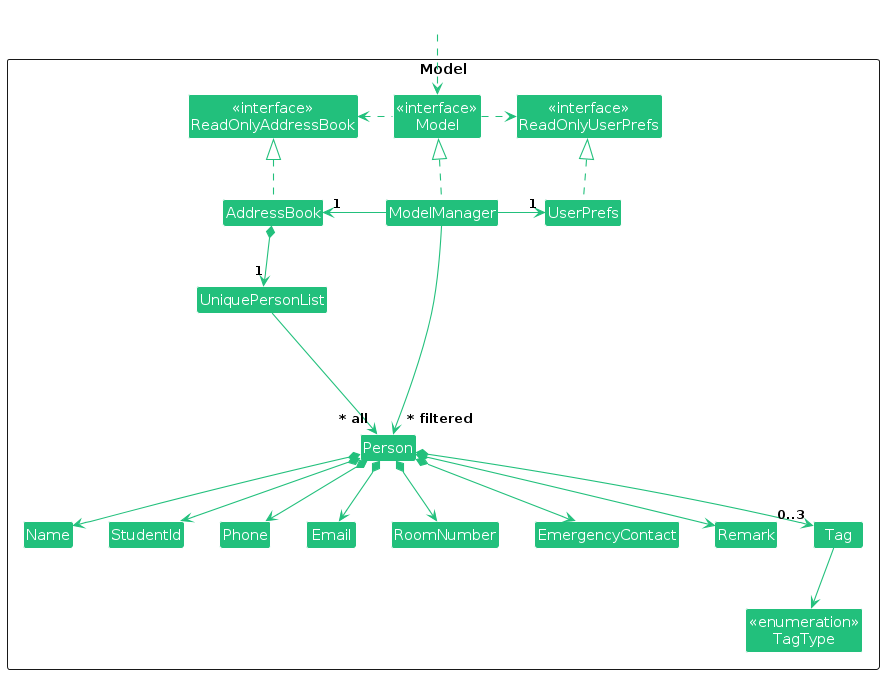
This is diagrams/ModelClassDiagram.png from AY2526S2-CS2103T-T15-1/tp, a PlantUML export, as it was before one commit. Its source is kept beside it as diagrams/ModelClassDiagram.puml.
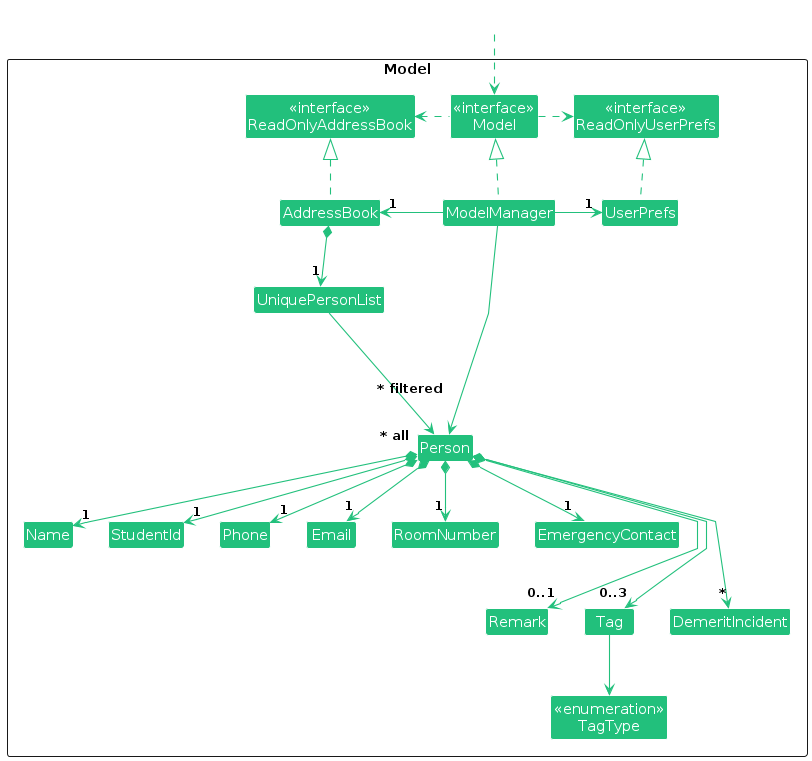
Above is the later version.

The edit, as a diff of the source:
```diff
@@ -3,6 +3,7 @@
 skinparam arrowThickness 1.1
 skinparam arrowColor MODEL_COLOR
 skinparam classBackgroundColor MODEL_COLOR
+skinparam linetype polyline
 
 Package Model as ModelPackage <<Rectangle>>{
 Class "<<interface>>\nReadOnlyAddressBook" as ReadOnlyAddressBook
@@ -23,8 +24,8 @@
 Class RoomNumber
 Class StudentId
 Class Tag
-class Remark
-
+Class Remark
+Class DemeritIncident
 
 Class I #FFFFFF
 }
@@ -43,14 +44,15 @@
 
 AddressBook *--> "1" UniquePersonList
 UniquePersonList --> "~* all" Person
-Person *--> Name
-Person *--> StudentId
-Person *--> Phone
-Person *--> Email
-Person *--> RoomNumber
-Person *--> EmergencyContact
-Person *--> Remark
+Person *--> "1" Name
+Person *--> "1" StudentId
+Person *--> "1" Phone
+Person *--> "1" Email
+Person *--> "1" RoomNumber
+Person *--> "1" EmergencyContact
+Person *--> "0..1" Remark
 Person *--> "0..3" Tag
+Person *--> "*" DemeritIncident
 Tag --> TagType
 
 Person -[hidden]up--> I
@@ -60,6 +62,11 @@
 StudentId -[hidden]right-> Phone
 Phone -[hidden]right-> Email
 Email -[hidden]right-> RoomNumber
+RoomNumber -[hidden]right-> EmergencyContact
 
-ModelManager --> "~* filtered" Person
+EmergencyContact -[hidden]down-> Remark
+Remark -[hidden]right-> Tag
+Tag -[hidden]right-> DemeritIncident
+
+ModelManager --> "~* filtered\n\n" Person
 @enduml
```
